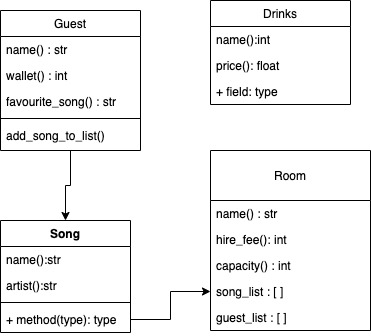
Earlier version of the draw.io export Untitled Diagram.png (lushpurr/codeclan_caraoke_homework_week2). Source tidied: cells renumbered, new cells last; positions are measured from the earlier drawing's top-left corner, leaving out a move shared by most shapes.
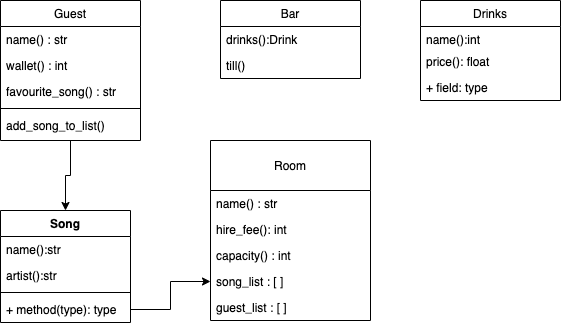
The same file after the commit.

The edit, as a diff of the source:
```diff
@@ -63,16 +63,25 @@
       <mxGeometry relative="1" as="geometry" />
     </mxCell>
     <mxCell id="22" value="Drinks" style="swimlane;fontStyle=0;horizontal=1;startSize=26;fillColor=none;" parent="1" vertex="1">
-      <mxGeometry x="210" width="140" height="104" as="geometry" />
+      <mxGeometry x="420" y="10" width="140" height="100" as="geometry" />
     </mxCell>
     <mxCell id="23" value="name():int" style="text;strokeColor=none;fillColor=none;align=left;verticalAlign=top;spacingLeft=4;spacingRight=4;overflow=hidden;" parent="22" vertex="1">
-      <mxGeometry y="26" width="140" height="26" as="geometry" />
+      <mxGeometry y="26" width="140" height="22" as="geometry" />
     </mxCell>
     <mxCell id="24" value="price(): float" style="text;strokeColor=none;fillColor=none;align=left;verticalAlign=top;spacingLeft=4;spacingRight=4;overflow=hidden;" parent="22" vertex="1">
-      <mxGeometry y="52" width="140" height="26" as="geometry" />
+      <mxGeometry y="48" width="140" height="26" as="geometry" />
     </mxCell>
     <mxCell id="25" value="+ field: type" style="text;strokeColor=none;fillColor=none;align=left;verticalAlign=top;spacingLeft=4;spacingRight=4;overflow=hidden;" parent="22" vertex="1">
-      <mxGeometry y="78" width="140" height="26" as="geometry" />
+      <mxGeometry y="74" width="140" height="26" as="geometry" />
     </mxCell>
+    <mxCell id="26" value="Bar" style="swimlane;fontStyle=0;horizontal=1;startSize=26;fillColor=none;" parent="1" vertex="1">
+      <mxGeometry x="220" y="10" width="140" height="78" as="geometry" />
+    </mxCell>
+    <mxCell id="27" value="drinks():Drink" style="text;strokeColor=none;fillColor=none;align=left;verticalAlign=top;spacingLeft=4;spacingRight=4;overflow=hidden;" parent="26" vertex="1">
+      <mxGeometry y="26" width="140" height="26" as="geometry" />
+    </mxCell>
+    <mxCell id="28" value="till()" style="text;strokeColor=none;fillColor=none;align=left;verticalAlign=top;spacingLeft=4;spacingRight=4;overflow=hidden;" parent="26" vertex="1">
+      <mxGeometry y="52" width="140" height="26" as="geometry" />
+    </mxCell>
   </root>
 </mxGraphModel>
```
